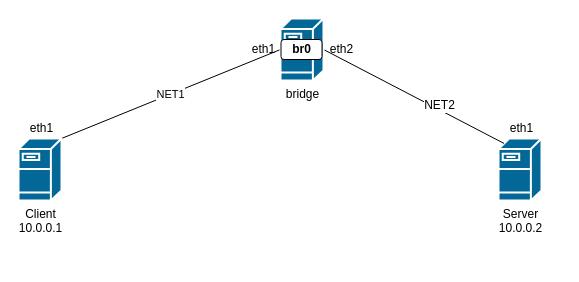
Above: hw_less25/draw0.drawio in alekseyd42/otus-linux (draw.io), before the change. Source tidied: cells renumbered, new cells numbered last; positions are measured from the earlier drawing's top-left corner, leaving out a move shared by most shapes. Both pictures are drawn from the tidied source at 100%, with x=0, y=0 at pixel (18, 18).
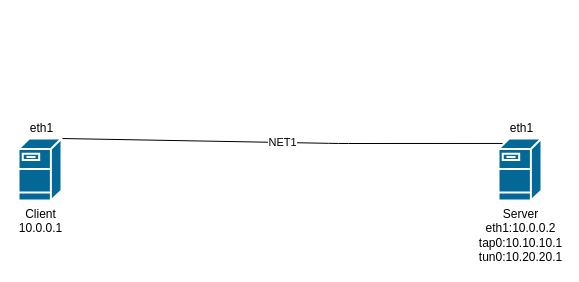
The same diagram, later.

Change to the diagram source:
```diff
@@
 <mxGraphModel>
   <root>
     <mxCell id="0" />
     <mxCell id="1" parent="0" />
-    <mxCell id="2" value="NET1" style="rounded=1;jettySize=auto;html=1;exitX=1;exitY=0;exitDx=0;exitDy=0;exitPerimeter=0;entryX=0;entryY=0.5;entryDx=0;entryDy=0;entryPerimeter=0;strokeColor=#000000;startArrow=none;startFill=0;endArrow=none;endFill=0;" parent="1" edge="1" source="3" target="7">
-      <mxGeometry relative="1" as="geometry" />
+    <mxCell id="2" value="NET1" style="rounded=1;jettySize=auto;html=1;exitX=1;exitY=0;exitDx=0;exitDy=0;exitPerimeter=0;entryX=0.13;entryY=0.08;entryDx=0;entryDy=0;entryPerimeter=0;strokeColor=#000000;startArrow=none;startFill=0;endArrow=none;endFill=0;" parent="1" edge="1" source="3" target="4">
+      <mxGeometry relative="1" as="geometry">
+        <Array as="points">
+          <mxPoint x="320" y="125" />
+        </Array>
+      </mxGeometry>
     </mxCell>
     <mxCell id="3" value="Client&lt;br&gt;10.0.0.1" style="shape=mxgraph.cisco.servers.fileserver;html=1;dashed=0;fillColor=#036897;strokeColor=#ffffff;strokeWidth=2;verticalLabelPosition=bottom;verticalAlign=top;align=center;outlineConnect=0;" parent="1" vertex="1">
       <mxGeometry y="120" width="43" height="62" as="geometry" />
     </mxCell>
-    <mxCell id="4" value="Server&lt;br&gt;10.0.0.2" style="shape=mxgraph.cisco.servers.fileserver;html=1;dashed=0;fillColor=#036897;strokeColor=#ffffff;strokeWidth=2;verticalLabelPosition=bottom;verticalAlign=top;align=center;outlineConnect=0;" parent="1" vertex="1">
+    <mxCell id="4" value="Server&lt;br&gt;eth1:10.0.0.2&lt;br&gt;tap0:10.10.10.1&lt;br&gt;tun0:10.20.20.1&lt;br&gt;" style="shape=mxgraph.cisco.servers.fileserver;html=1;dashed=0;fillColor=#036897;strokeColor=#ffffff;strokeWidth=2;verticalLabelPosition=bottom;verticalAlign=top;align=center;outlineConnect=0;" parent="1" vertex="1">
       <mxGeometry x="480" y="120" width="43" height="62" as="geometry" />
     </mxCell>
-    <mxCell id="5" style="edgeStyle=none;rounded=1;jettySize=auto;html=1;exitX=1;exitY=0.5;exitDx=0;exitDy=0;exitPerimeter=0;entryX=0.13;entryY=0.08;entryDx=0;entryDy=0;entryPerimeter=0;startArrow=none;startFill=0;endArrow=none;endFill=0;strokeColor=#000000;" parent="1" edge="1" source="7" target="4">
-      <mxGeometry relative="1" as="geometry" />
-    </mxCell>
-    <mxCell id="6" value="NET2" style="text;html=1;align=center;verticalAlign=middle;labelBackgroundColor=#ffffff;" parent="5" vertex="1">
-      <mxGeometry x="0.26" y="4" relative="1" as="geometry" />
-    </mxCell>
-    <mxCell id="7" value="bridge" style="shape=mxgraph.cisco.servers.fileserver;html=1;dashed=0;fillColor=#036897;strokeColor=#ffffff;strokeWidth=2;verticalLabelPosition=bottom;verticalAlign=top;align=center;outlineConnect=0;" parent="1" vertex="1">
-      <mxGeometry x="262" width="43" height="62" as="geometry" />
-    </mxCell>
     <mxCell id="8" value="eth1" style="text;html=1;align=center;verticalAlign=middle;fillColor=none;strokeColor=none;rounded=0;" parent="1" vertex="1">
       <mxGeometry x="3" y="100" width="40" height="20" as="geometry" />
     </mxCell>
     <mxCell id="9" value="eth1" style="text;html=1;align=center;verticalAlign=middle;fillColor=none;strokeColor=none;rounded=0;" parent="1" vertex="1">
       <mxGeometry x="483" y="100" width="40" height="20" as="geometry" />
     </mxCell>
-    <mxCell id="10" style="group;" parent="1" vertex="1">
-      <mxGeometry x="224.5" y="21" width="118" height="20" as="geometry" />
-    </mxCell>
-    <mxCell id="11" value="eth1" style="text;html=1;align=center;verticalAlign=middle;fillColor=none;strokeColor=none;rounded=0;" parent="10" vertex="1">
-      <mxGeometry width="40" height="20" as="geometry" />
-    </mxCell>
-    <mxCell id="12" value="eth2" style="text;html=1;align=center;verticalAlign=middle;fillColor=none;strokeColor=none;rounded=0;" parent="10" vertex="1">
-      <mxGeometry x="78" width="40" height="20" as="geometry" />
-    </mxCell>
-    <mxCell id="13" value="&lt;b&gt;br0&lt;/b&gt;" style="rounded=1;whiteSpace=wrap;html=1;" parent="10" vertex="1">
-      <mxGeometry x="38" width="41" height="20" as="geometry" />
-    </mxCell>
   </root>
 </mxGraphModel>
```
